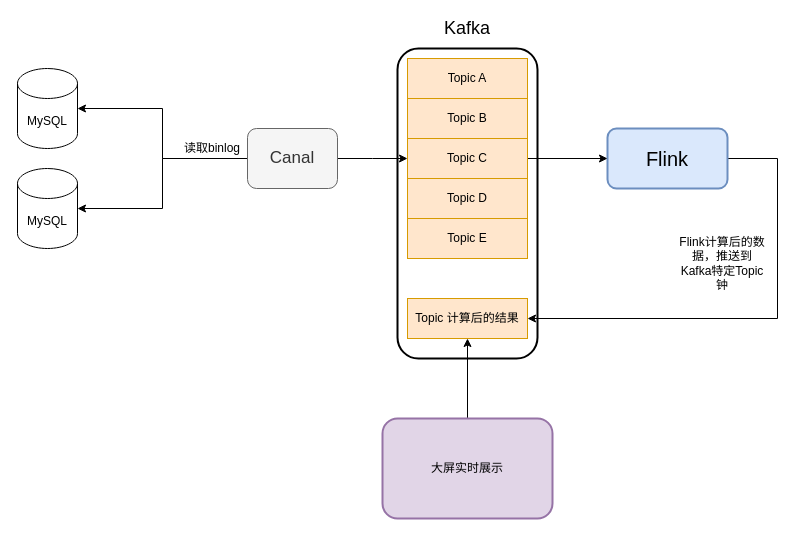
Before: pet_data_warehouse/Flink实时计算.drawio in fangzheng0518/draw, a draw.io diagram. Source tidied: cells renumbered, new cells numbered last; positions are measured from the earlier drawing's top-left corner, leaving out a move shared by most shapes. Both pictures are drawn from the tidied source at 100%, with x=0, y=0 at pixel (17, 18).
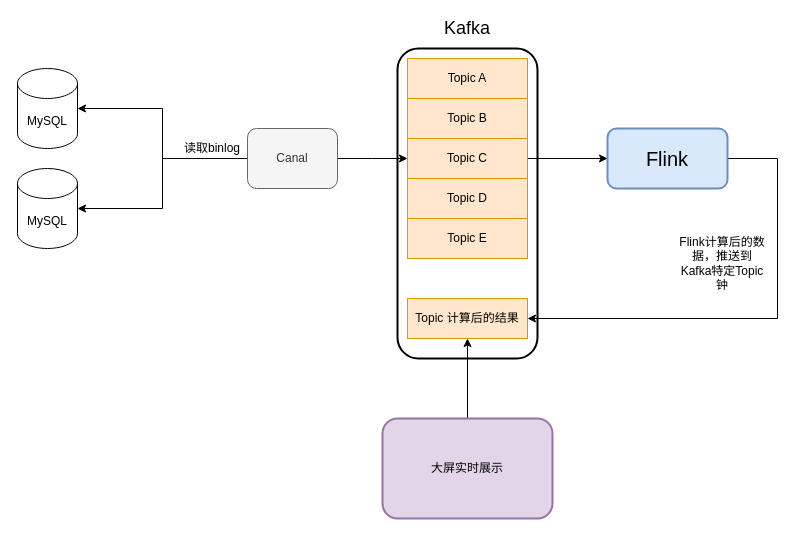
After the change.

Commit message (it also covers changes not shown here):
更新Flink实时计算.drawio

Change to the diagram source:
```diff
@@
-    <mxCell id="8" value="&lt;font style=&quot;font-size: 17px&quot;&gt;Canal&lt;/font&gt;" style="rounded=1;whiteSpace=wrap;html=1;fillColor=#f5f5f5;strokeColor=#666666;fontColor=#333333;" parent="1" vertex="1">
+    <mxCell id="8" value="Canal" style="rounded=1;whiteSpace=wrap;html=1;fillColor=#f5f5f5;strokeColor=#666666;fontColor=#333333;" parent="1" vertex="1">
       <mxGeometry x="230" y="110" width="90" height="60" as="geometry" />
     </mxCell>
```
